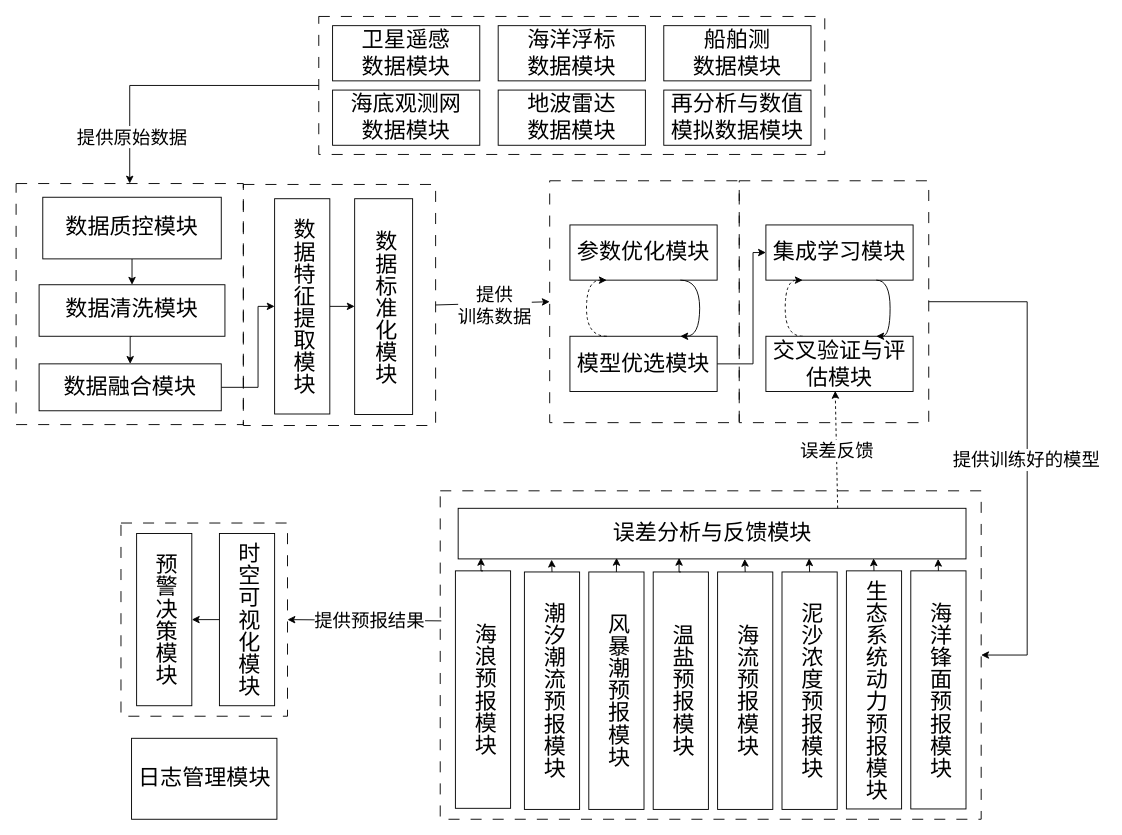
Earlier version of the draw.io diagram 流程图2.drawio (Xylitolor/Xylitolee). Source tidied: cells renumbered, new cells numbered last; positions are measured from the earlier drawing's top-left corner, leaving out a move shared by most shapes. Both pictures are drawn from the tidied source at 92%, with x=0, y=0 at pixel (16, 16).
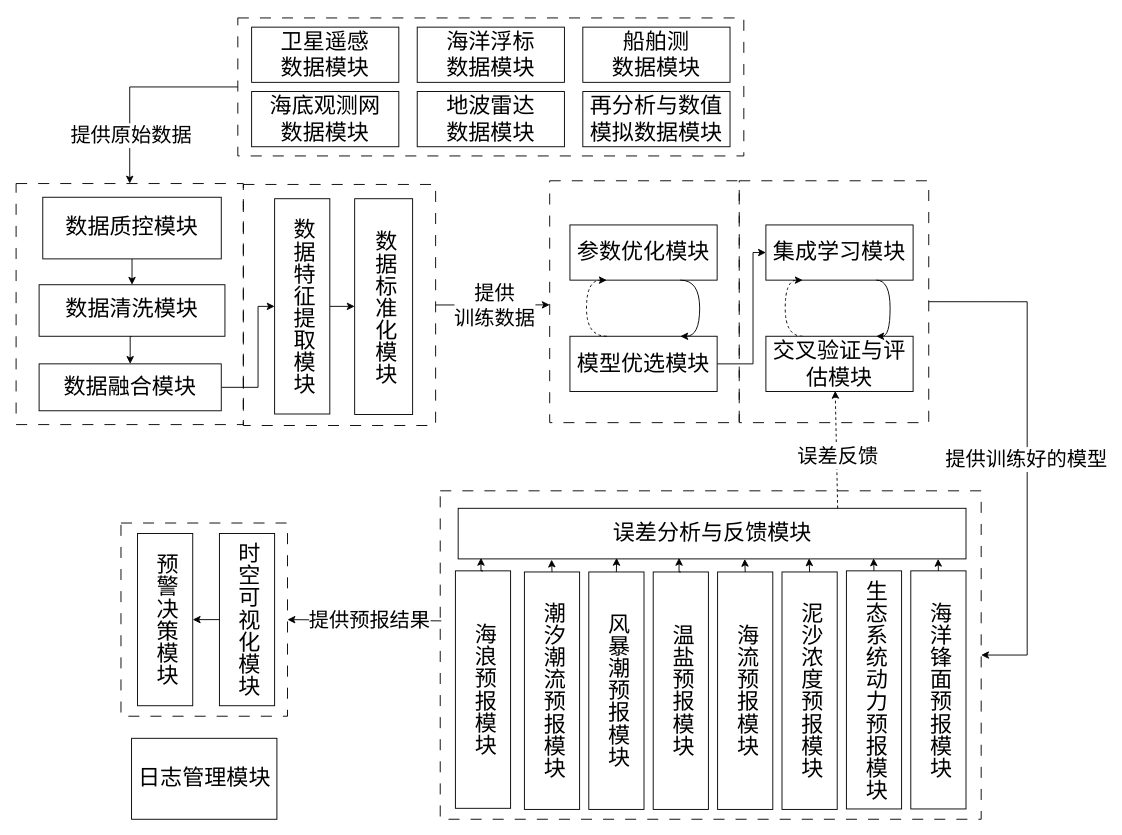
Above is the later version.

Commit message (it also covers changes not shown here):
更新流程图2.drawio

The change refers to these unchanged cells:
```xml
<mxCell id="4" style="rounded=0;whiteSpace=wrap;html=1;fillColor=none;dashed=1;dashPattern=12 12;strokeColor=#000000;" parent="1" vertex="1">
  <mxGeometry x="580" y="179" width="206" height="262.9" as="geometry" />
</mxCell>
<mxCell id="6" style="rounded=0;whiteSpace=wrap;html=1;fillColor=none;strokeColor=#000000;fontColor=#000000;dashed=1;dashPattern=12 12;" parent="1" vertex="1">
  <mxGeometry x="247" y="183" width="209" height="262" as="geometry" />
</mxCell>
<mxCell id="14" style="endArrow=classic;html=1;rounded=0;exitX=0;exitY=0.5;exitDx=0;exitDy=0;edgeStyle=orthogonalEdgeStyle;entryX=0.5;entryY=0;entryDx=0;entryDy=0;" parent="1" edge="1" source="7" target="5">
  <mxGeometry relative="1" as="geometry" />
</mxCell>
<mxCell id="32" style="endArrow=classic;html=1;rounded=0;exitX=1;exitY=0.5;exitDx=0;exitDy=0;entryX=1;entryY=0.5;entryDx=0;entryDy=0;edgeStyle=orthogonalEdgeStyle;" parent="1" edge="1" source="2" target="34">
  <mxGeometry relative="1" as="geometry">
    <Array as="points">
      <mxPoint x="1099" y="311" />
      <mxPoint x="1099" y="695" />
    </Array>
  </mxGeometry>
</mxCell>
<mxCell id="44" style="endArrow=classic;html=1;rounded=0;entryX=0.471;entryY=0.99;entryDx=0;entryDy=0;dashed=1;entryPerimeter=0;" parent="1" edge="1" target="31">
  <mxGeometry relative="1" as="geometry">
    <mxPoint x="893" y="535" as="sourcePoint" />
  </mxGeometry>
</mxCell>
<mxCell id="47" style="endArrow=classic;html=1;rounded=0;exitX=0.002;exitY=0.396;exitDx=0;exitDy=0;entryX=1;entryY=0.5;entryDx=0;entryDy=0;exitPerimeter=0;" parent="1" edge="1" source="34" target="46">
  <mxGeometry relative="1" as="geometry" />
</mxCell>
```

Diff of the diagram source:
```diff
@@
     <mxCell id="7" style="rounded=0;whiteSpace=wrap;html=1;fillColor=none;strokeColor=#000000;fontColor=#000000;dashed=1;dashPattern=12 12;" parent="1" vertex="1">
-      <mxGeometry x="329" y="0.4" width="550" height="150" as="geometry" />
+      <mxGeometry x="241" y="2" width="550" height="150" as="geometry" />
     </mxCell>
     <mxCell id="8" value="&lt;p style=&quot;margin-top: 0pt; margin-bottom: 0pt; margin-left: 0in; direction: ltr; unicode-bidi: embed; word-break: normal;&quot;&gt;&lt;span style=&quot;font-size: 18pt; font-family: 宋体;&quot;&gt;卫星遥感&lt;/span&gt;&lt;/p&gt;&lt;p style=&quot;margin-top: 0pt; margin-bottom: 0pt; margin-left: 0in; direction: ltr; unicode-bidi: embed; word-break: normal;&quot;&gt;&lt;span style=&quot;font-size: 18pt; font-family: 宋体;&quot;&gt;数据模块&lt;/span&gt;&lt;/p&gt;" style="rounded=0;whiteSpace=wrap;html=1;" parent="1" vertex="1">
-      <mxGeometry x="344" y="10.4" width="160" height="60" as="geometry" />
+      <mxGeometry x="256" y="12" width="160" height="60" as="geometry" />
     </mxCell>
     <mxCell id="9" value="&lt;p style=&quot;margin-top: 0pt; margin-bottom: 0pt; margin-left: 0in; direction: ltr; unicode-bidi: embed; word-break: normal;&quot;&gt;&lt;font face=&quot;宋体&quot;&gt;&lt;span style=&quot;font-size: 24px;&quot;&gt;海洋浮标&lt;/span&gt;&lt;/font&gt;&lt;/p&gt;&lt;p style=&quot;margin-top: 0pt; margin-bottom: 0pt; margin-left: 0in; direction: ltr; unicode-bidi: embed; word-break: normal;&quot;&gt;&lt;font face=&quot;宋体&quot;&gt;&lt;span style=&quot;font-size: 24px;&quot;&gt;数据模块&lt;/span&gt;&lt;/font&gt;&lt;/p&gt;" style="rounded=0;whiteSpace=wrap;html=1;" parent="1" vertex="1">
-      <mxGeometry x="524" y="10.4" width="160" height="60" as="geometry" />
+      <mxGeometry x="436" y="12" width="160" height="60" as="geometry" />
     </mxCell>
     <mxCell id="10" value="&lt;p style=&quot;margin-top: 0pt; margin-bottom: 0pt; margin-left: 0in; direction: ltr; unicode-bidi: embed; word-break: normal;&quot;&gt;&lt;font face=&quot;宋体&quot;&gt;&lt;span style=&quot;font-size: 24px;&quot;&gt;船舶测&lt;/span&gt;&lt;/font&gt;&lt;/p&gt;&lt;p style=&quot;margin-top: 0pt; margin-bottom: 0pt; margin-left: 0in; direction: ltr; unicode-bidi: embed; word-break: normal;&quot;&gt;&lt;font face=&quot;宋体&quot;&gt;&lt;span style=&quot;font-size: 24px;&quot;&gt;数据模块&lt;/span&gt;&lt;/font&gt;&lt;/p&gt;" style="rounded=0;whiteSpace=wrap;html=1;" parent="1" vertex="1">
-      <mxGeometry x="704" y="10.4" width="160" height="60" as="geometry" />
+      <mxGeometry x="616" y="12" width="160" height="60" as="geometry" />
     </mxCell>
     <mxCell id="11" value="&lt;p style=&quot;margin-top: 0pt; margin-bottom: 0pt; margin-left: 0in; direction: ltr; unicode-bidi: embed; word-break: normal;&quot;&gt;&lt;font face=&quot;宋体&quot;&gt;&lt;span style=&quot;font-size: 24px;&quot;&gt;海底观测网&lt;/span&gt;&lt;/font&gt;&lt;/p&gt;&lt;p style=&quot;margin-top: 0pt; margin-bottom: 0pt; margin-left: 0in; direction: ltr; unicode-bidi: embed; word-break: normal;&quot;&gt;&lt;font face=&quot;宋体&quot;&gt;&lt;span style=&quot;font-size: 24px;&quot;&gt;数据模块&lt;/span&gt;&lt;/font&gt;&lt;/p&gt;" style="rounded=0;whiteSpace=wrap;html=1;" parent="1" vertex="1">
-      <mxGeometry x="344" y="80.4" width="160" height="60" as="geometry" />
+      <mxGeometry x="256" y="82" width="160" height="60" as="geometry" />
     </mxCell>
     <mxCell id="12" value="&lt;p style=&quot;margin-top: 0pt; margin-bottom: 0pt; margin-left: 0in; direction: ltr; unicode-bidi: embed; word-break: normal;&quot;&gt;&lt;font face=&quot;宋体&quot;&gt;&lt;span style=&quot;font-size: 24px;&quot;&gt;地波雷达&lt;/span&gt;&lt;/font&gt;&lt;/p&gt;&lt;p style=&quot;margin-top: 0pt; margin-bottom: 0pt; margin-left: 0in; direction: ltr; unicode-bidi: embed; word-break: normal;&quot;&gt;&lt;font face=&quot;宋体&quot;&gt;&lt;span style=&quot;font-size: 24px;&quot;&gt;数据模块&lt;/span&gt;&lt;/font&gt;&lt;/p&gt;" style="rounded=0;whiteSpace=wrap;html=1;" parent="1" vertex="1">
-      <mxGeometry x="524" y="80.4" width="160" height="60" as="geometry" />
+      <mxGeometry x="436" y="82" width="160" height="60" as="geometry" />
     </mxCell>
     <mxCell id="13" value="&lt;p style=&quot;margin-top: 0pt; margin-bottom: 0pt; margin-left: 0in; direction: ltr; unicode-bidi: embed; word-break: normal;&quot;&gt;&lt;font face=&quot;宋体&quot;&gt;&lt;span style=&quot;font-size: 24px;&quot;&gt;再分析与数值模拟数据模块&lt;/span&gt;&lt;/font&gt;&lt;/p&gt;" style="rounded=0;whiteSpace=wrap;html=1;" parent="1" vertex="1">
-      <mxGeometry x="704" y="80.4" width="160" height="60" as="geometry" />
+      <mxGeometry x="616" y="82" width="160" height="60" as="geometry" />
     </mxCell>
@@
-    <mxCell id="15" value="&lt;font style=&quot;font-size: 20px;&quot; face=&quot;宋体&quot;&gt;提供原始数据&lt;/font&gt;" style="edgeLabel;html=1;align=center;verticalAlign=middle;" parent="14" vertex="1">
+    <mxCell id="15" value="&lt;font style=&quot;font-size: 22px;&quot; face=&quot;宋体&quot;&gt;提供原始数据&lt;/font&gt;" style="edgeLabel;html=1;align=center;verticalAlign=middle;" parent="14" vertex="1">
       <mxGeometry y="-1" relative="1" as="geometry">
-        <mxPoint x="-48" y="56" as="offset" />
+        <mxPoint x="-6" y="53" as="offset" />
       </mxGeometry>
     </mxCell>
@@
-    <mxCell id="25" style="endArrow=classic;html=1;rounded=0;entryX=0;entryY=0.5;entryDx=0;entryDy=0;exitX=1;exitY=0.5;exitDx=0;exitDy=0;" parent="1" edge="1" source="6" target="4">
+    <mxCell id="25" style="endArrow=classic;html=1;rounded=0;entryX=0;entryY=0.513;entryDx=0;entryDy=0;exitX=1;exitY=0.5;exitDx=0;exitDy=0;entryPerimeter=0;" parent="1" edge="1" source="6" target="4">
       <mxGeometry relative="1" as="geometry" />
     </mxCell>
-    <mxCell id="26" value="&lt;font style=&quot;font-size: 20px;&quot;&gt;&lt;font face=&quot;宋体&quot; style=&quot;font-size: 20px;&quot;&gt;提供&lt;/font&gt;&lt;/font&gt;&lt;div&gt;&lt;font style=&quot;font-size: 20px;&quot;&gt;&lt;span style=&quot;font-family: 宋体;&quot;&gt;训练数据&lt;/span&gt;&lt;/font&gt;&lt;/div&gt;" style="edgeLabel;html=1;align=center;verticalAlign=middle;" parent="25" vertex="1">
+    <mxCell id="26" value="&lt;font style=&quot;font-size: 22px;&quot;&gt;&lt;font face=&quot;宋体&quot; style=&quot;font-size: 22px;&quot;&gt;提供&lt;/font&gt;&lt;/font&gt;&lt;div style=&quot;font-size: 22px;&quot;&gt;&lt;font style=&quot;font-size: 22px;&quot;&gt;&lt;span style=&quot;font-family: 宋体;&quot;&gt;训练数据&lt;/span&gt;&lt;/font&gt;&lt;/div&gt;" style="edgeLabel;html=1;align=center;verticalAlign=middle;" parent="25" vertex="1">
       <mxGeometry relative="1" as="geometry">
         <mxPoint x="2" y="1" as="offset" />
       </mxGeometry>
     </mxCell>
@@
-    <mxCell id="33" value="&lt;font style=&quot;font-size: 20px;&quot; face=&quot;宋体&quot;&gt;提供训练好的模型&lt;/font&gt;" style="edgeLabel;html=1;align=center;verticalAlign=middle;" parent="32" vertex="1">
+    <mxCell id="33" value="&lt;font style=&quot;font-size: 22px;&quot; face=&quot;宋体&quot;&gt;提供训练好的模型&lt;/font&gt;" style="edgeLabel;html=1;align=center;verticalAlign=middle;" parent="32" vertex="1">
       <mxGeometry relative="1" as="geometry">
         <mxPoint x="-2" y="7" as="offset" />
       </mxGeometry>
     </mxCell>
@@
-    <mxCell id="45" value="&lt;font face=&quot;宋体&quot; style=&quot;font-size: 20px;&quot;&gt;误差反馈&lt;/font&gt;" style="edgeLabel;html=1;align=center;verticalAlign=middle;" parent="44" vertex="1">
-      <mxGeometry relative="1" as="geometry" />
+    <mxCell id="45" value="&lt;font face=&quot;宋体&quot; style=&quot;font-size: 22px;&quot;&gt;误差反馈&lt;/font&gt;" style="edgeLabel;html=1;align=center;verticalAlign=middle;" parent="44" vertex="1">
+      <mxGeometry relative="1" as="geometry">
+        <mxPoint x="1" y="7" as="offset" />
+      </mxGeometry>
     </mxCell>
@@
-    <mxCell id="48" value="&lt;font face=&quot;宋体&quot; style=&quot;font-size: 20px;&quot;&gt;提供预报结果&lt;/font&gt;" style="edgeLabel;html=1;align=center;verticalAlign=middle;" parent="47" vertex="1">
+    <mxCell id="48" value="&lt;font face=&quot;宋体&quot; style=&quot;font-size: 22px;&quot;&gt;提供预报结果&lt;/font&gt;" style="edgeLabel;html=1;align=center;verticalAlign=middle;" parent="47" vertex="1">
       <mxGeometry relative="1" as="geometry">
         <mxPoint x="5" as="offset" />
       </mxGeometry>
     </mxCell>
@@
     <mxCell id="51" value="&lt;span style=&quot;line-height: 18px; font-family: 宋体;&quot;&gt;&lt;font style=&quot;font-size: 24px;&quot;&gt;预警决策模块&lt;/font&gt;&lt;/span&gt;" style="rounded=0;whiteSpace=wrap;html=1;textDirection=vertical-lr;align=center;" parent="1" vertex="1">
-      <mxGeometry x="131" y="562.4" width="60" height="187.2" as="geometry" />
+      <mxGeometry x="132" y="562.4" width="60" height="187.2" as="geometry" />
     </mxCell>
```
